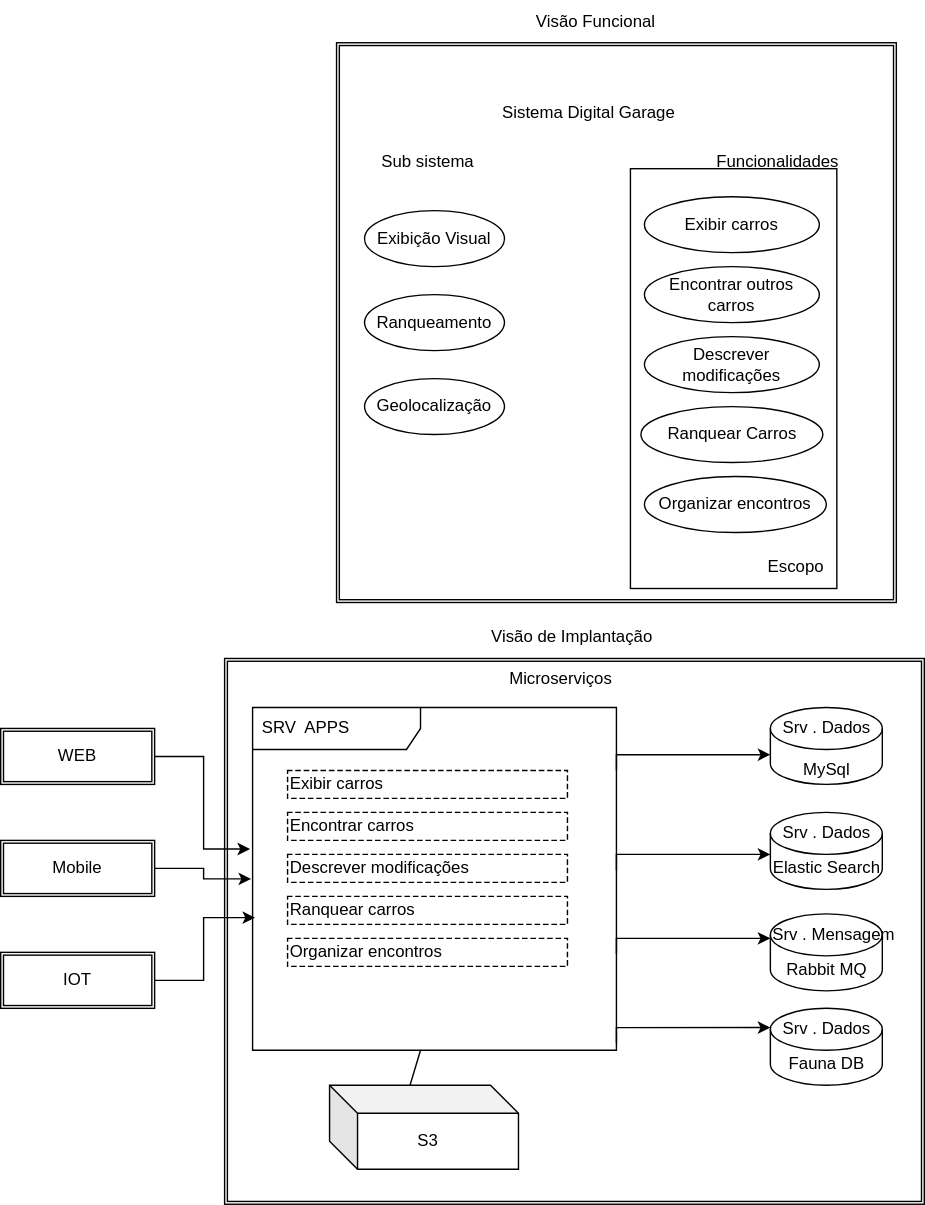
Earlier version of the draw.io export Diagrama sem nome-Funcional / Implantação.drawio.svg (BrendonAlc/Arquitetura-de-Software). Source tidied: cells renumbered, new cells last; positions are measured from the earlier drawing's top-left corner, leaving out a move shared by most shapes.
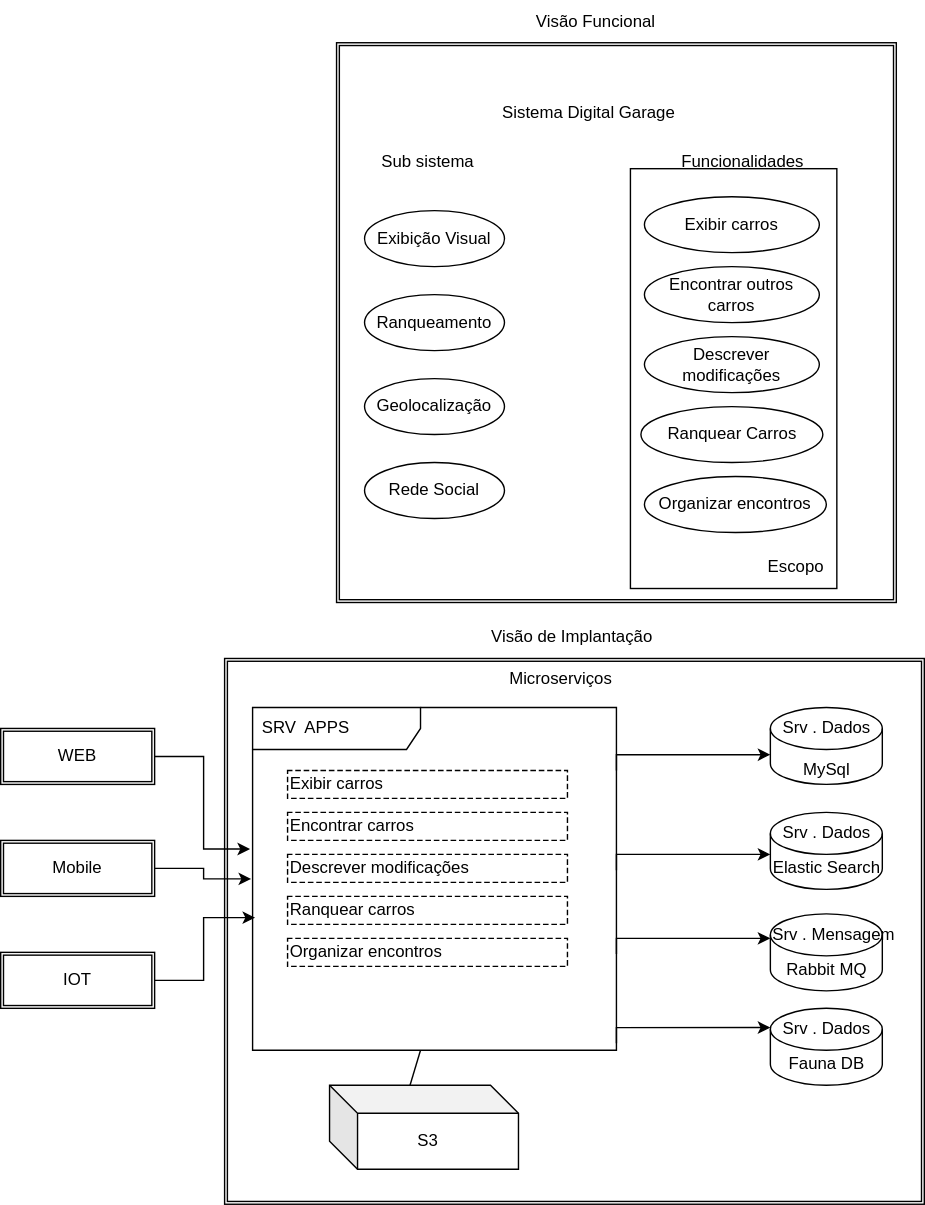
The same file after the commit.

Diff of the diagram source:
```diff
@@ -15,7 +15,7 @@
       <mxGeometry x="345" y="65" width="150" height="30" as="geometry" />
     </mxCell>
     <mxCell id="6" value="Funcionalidades" style="text;html=1;align=center;verticalAlign=middle;fillColor=none;strokeColor=none;rounded=0;" parent="1" vertex="1">
-      <mxGeometry x="495" y="100" width="120" height="30" as="geometry" />
+      <mxGeometry x="470" y="100" width="120" height="30" as="geometry" />
     </mxCell>
     <mxCell id="7" value="Exibição Visual" style="ellipse;whiteSpace=wrap;html=1;align=center;" parent="1" vertex="1">
       <mxGeometry x="260" y="150" width="100" height="40" as="geometry" />
@@ -174,5 +174,8 @@
     <mxCell id="50" value="Escopo" style="text;html=1;align=center;verticalAlign=middle;fillColor=none;strokeColor=none;rounded=0;" parent="1" vertex="1">
       <mxGeometry x="537.5" y="390" width="60" height="30" as="geometry" />
     </mxCell>
+    <mxCell id="51" value="Rede Social" style="ellipse;whiteSpace=wrap;html=1;align=center;" parent="1" vertex="1">
+      <mxGeometry x="260" y="330" width="100" height="40" as="geometry" />
+    </mxCell>
   </root>
 </mxGraphModel>
```
